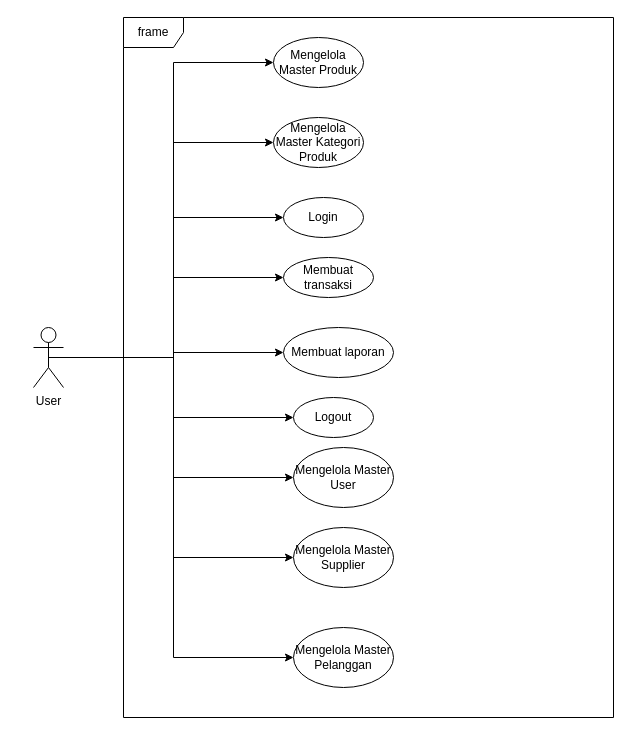
This is page "Use Case" (2 of 3) of Untitled Diagram.drawio from rizalazky/shop, a draw.io file, before an edit. Source tidied: cells renumbered, new cells numbered last; positions are measured from the earlier drawing's top-left corner, leaving out a move shared by most shapes. Both pictures are drawn from the tidied source at 100%, with x=0, y=0 at pixel (33, 17).
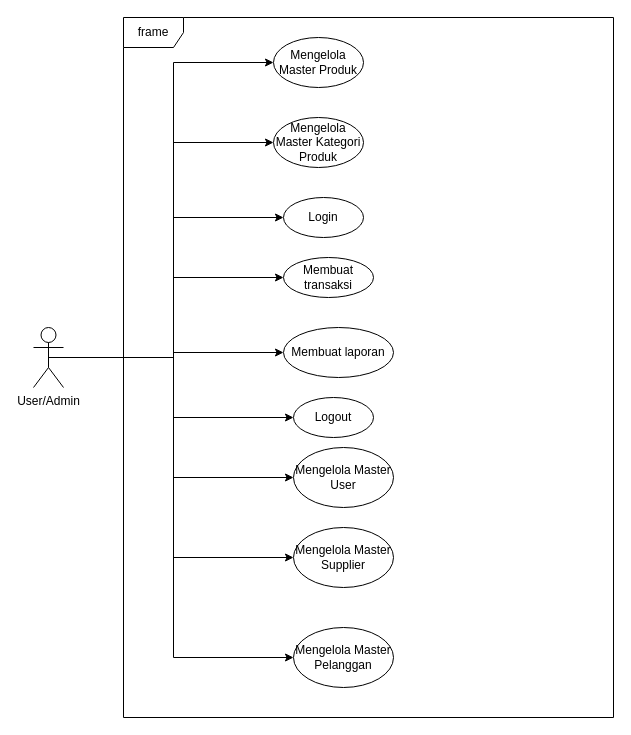
The same page after the edit.

What changed in the source:
```diff
@@
-    <mxCell id="11" value="User" style="shape=umlActor;verticalLabelPosition=bottom;verticalAlign=top;html=1;outlineConnect=0;" parent="1" vertex="1">
+    <mxCell id="11" value="User/Admin" style="shape=umlActor;verticalLabelPosition=bottom;verticalAlign=top;html=1;outlineConnect=0;" parent="1" vertex="1">
       <mxGeometry y="310" width="30" height="60" as="geometry" />
     </mxCell>
```
